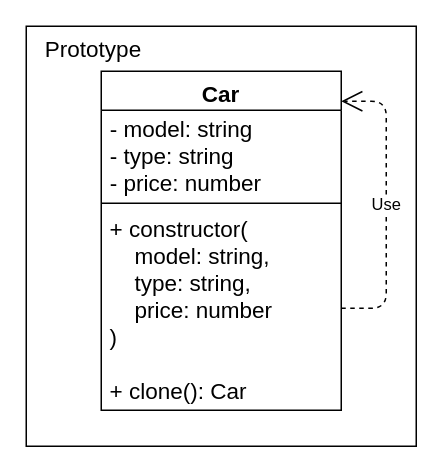
The draw.io diagram creational/prototype/prototype.drawio in kirill-krasuk/design_patterns, before the edit. Source tidied: cells renumbered, new cells numbered last; positions are measured from the earlier drawing's top-left corner, leaving out a move shared by most shapes. Both pictures are drawn from the tidied source at 150%, with x=0, y=0 at pixel (26, 26).
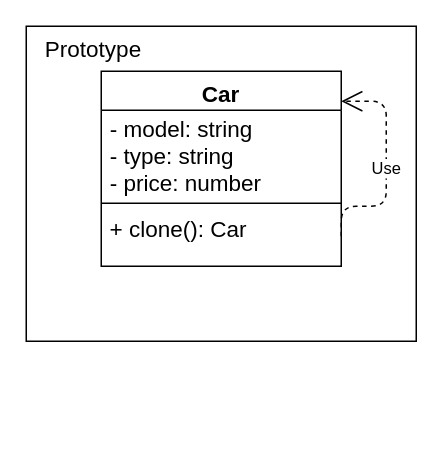
After the change.

Change to the diagram source:
```diff
@@
 <mxGraphModel>
   <root>
     <mxCell id="0" />
     <mxCell id="1" parent="0" />
     <mxCell id="2" style="rounded=0;whiteSpace=wrap;html=1;" parent="1" vertex="1">
-      <mxGeometry width="260" height="280" as="geometry" />
+      <mxGeometry width="260" height="210" as="geometry" />
     </mxCell>
     <mxCell id="3" value="&lt;font style=&quot;font-size: 15px&quot;&gt;Prototype&lt;/font&gt;" style="text;html=1;strokeColor=none;fillColor=none;align=center;verticalAlign=middle;whiteSpace=wrap;rounded=0;" parent="1" vertex="1">
       <mxGeometry width="90" height="30" as="geometry" />
     </mxCell>
     <mxCell id="4" value="Car" style="swimlane;fontStyle=1;align=center;verticalAlign=top;horizontal=1;startSize=26;fontSize=15;" parent="1" vertex="1">
-      <mxGeometry x="50" y="30" width="160" height="226" as="geometry" />
+      <mxGeometry x="50" y="30" width="160" height="130" as="geometry" />
     </mxCell>
     <mxCell id="5" value="&amp;nbsp;- model: string&lt;br&gt;&amp;nbsp;- type: string&lt;br&gt;&amp;nbsp;- price: number" style="text;html=1;align=left;verticalAlign=middle;strokeColor=none;fillColor=none;fontSize=15;" parent="4" vertex="1">
       <mxGeometry y="26" width="160" height="60" as="geometry" />
     </mxCell>
     <mxCell id="6" style="line;strokeWidth=1;fillColor=none;align=left;verticalAlign=middle;spacingTop=-1;spacingLeft=3;spacingRight=3;labelPosition=right;fontSize=15;" parent="4" vertex="1">
       <mxGeometry y="86" width="160" height="4" as="geometry" />
     </mxCell>
-    <mxCell id="7" value="+ constructor(&#10;    model: string,&#10;    type: string,&#10;    price: number&#10;) &#10;&#10;+ clone(): Car" style="text;strokeColor=none;fillColor=none;align=left;verticalAlign=top;spacingLeft=4;spacingRight=4;overflow=hidden;points=[[0,0.5],[1,0.5]];portConstraint=eastwest;fontSize=15;" parent="4" vertex="1">
-      <mxGeometry y="90" width="160" height="136" as="geometry" />
+    <mxCell id="7" value="+ clone(): Car" style="text;strokeColor=none;fillColor=none;align=left;verticalAlign=top;spacingLeft=4;spacingRight=4;overflow=hidden;points=[[0,0.5],[1,0.5]];portConstraint=eastwest;fontSize=15;" parent="4" vertex="1">
+      <mxGeometry y="90" width="160" height="40" as="geometry" />
     </mxCell>
     <mxCell id="8" value="Use" style="endArrow=open;endSize=12;dashed=1;html=1;exitX=1;exitY=0.5;exitDx=0;exitDy=0;edgeStyle=orthogonalEdgeStyle;" parent="4" edge="1" source="7" target="4">
       <mxGeometry relative="1" as="geometry">
         <Array as="points">
-          <mxPoint x="190" y="158" />
+          <mxPoint x="160" y="90" />
+          <mxPoint x="190" y="90" />
           <mxPoint x="190" y="20" />
         </Array>
       </mxGeometry>
     </mxCell>
   </root>
 </mxGraphModel>
```
